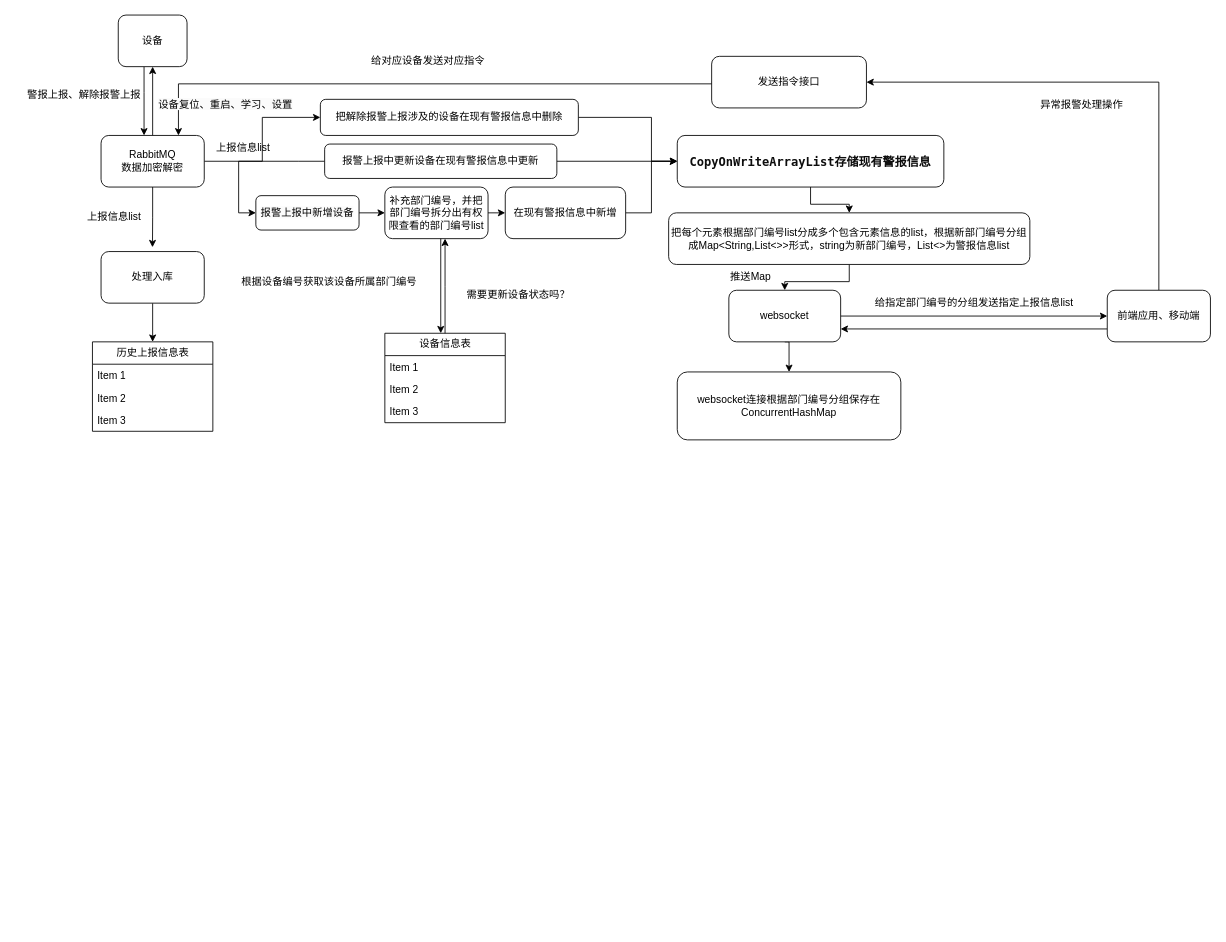
LSS9/ForgettingCurve keeps this draw.io diagram as 未命名绘图.drawio. Above is the earlier version. Source tidied: cells renumbered, new cells numbered last; positions are measured from the earlier drawing's top-left corner, leaving out a move shared by most shapes. Both pictures are drawn from the tidied source at 86%, with x=0, y=0 at pixel (15, 15).
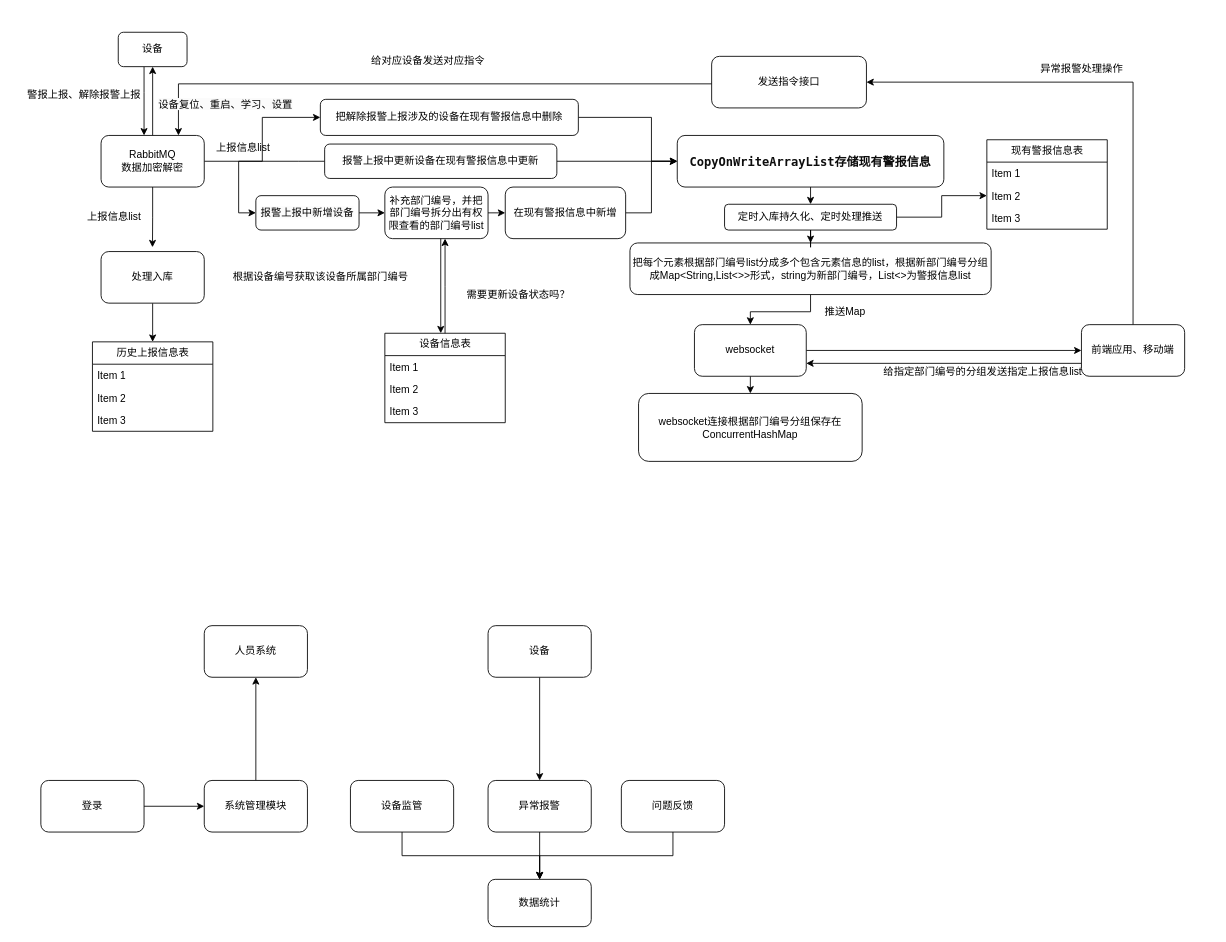
The same page after the edit.

Commit message:
更新未命名绘图.drawio

The change refers to these unchanged cells:
```xml
<mxCell id="28" value="&lt;strong style=&quot;border: 0px solid rgb(227, 227, 227); box-sizing: border-box; --tw-border-spacing-x: 0; --tw-border-spacing-y: 0; --tw-translate-x: 0; --tw-translate-y: 0; --tw-rotate: 0; --tw-skew-x: 0; --tw-skew-y: 0; --tw-scale-x: 1; --tw-scale-y: 1; --tw-pan-x: ; --tw-pan-y: ; --tw-pinch-zoom: ; --tw-scroll-snap-strictness: proximity; --tw-gradient-from-position: ; --tw-gradient-via-position: ; --tw-gradient-to-position: ; --tw-ordinal: ; --tw-slashed-zero: ; --tw-numeric-figure: ; --tw-numeric-spacing: ; --tw-numeric-fraction: ; --tw-ring-inset: ; --tw-ring-offset-width: 0px; --tw-ring-offset-color: #fff; --tw-ring-color: rgba(69,89,164,.5); --tw-ring-offset-shadow: 0 0 transparent; --tw-ring-shadow: 0 0 transparent; --tw-shadow: 0 0 transparent; --tw-shadow-colored: 0 0 transparent; --tw-blur: ; --tw-brightness: ; --tw-contrast: ; --tw-grayscale: ; --tw-hue-rotate: ; --tw-invert: ; --tw-saturate: ; --tw-sepia: ; --tw-drop-shadow: ; --tw-backdrop-blur: ; --tw-backdrop-brightness: ; --tw-backdrop-contrast: ; --tw-backdrop-grayscale: ; --tw-backdrop-hue-rotate: ; --tw-backdrop-invert: ; --tw-backdrop-opacity: ; --tw-backdrop-saturate: ; --tw-backdrop-sepia: ; font-weight: 600; color: rgb(13, 13, 13); font-family: Söhne, ui-sans-serif, system-ui, -apple-system, &amp;quot;Segoe UI&amp;quot;, Roboto, Ubuntu, Cantarell, &amp;quot;Noto Sans&amp;quot;, sans-serif, &amp;quot;Helvetica Neue&amp;quot;, Arial, &amp;quot;Apple Color Emoji&amp;quot;, &amp;quot;Segoe UI Emoji&amp;quot;, &amp;quot;Segoe UI Symbol&amp;quot;, &amp;quot;Noto Color Emoji&amp;quot;; font-size: 16px; font-style: normal; font-variant-ligatures: normal; font-variant-caps: normal; letter-spacing: normal; orphans: 2; text-align: left; text-indent: 0px; text-transform: none; widows: 2; word-spacing: 0px; -webkit-text-stroke-width: 0px; background-color: rgb(255, 255, 255); text-decoration-thickness: initial; text-decoration-style: initial; text-decoration-color: initial;&quot;&gt;&lt;code style=&quot;border: 0px solid rgb(227, 227, 227); box-sizing: border-box; --tw-border-spacing-x: 0; --tw-border-spacing-y: 0; --tw-translate-x: 0; --tw-translate-y: 0; --tw-rotate: 0; --tw-skew-x: 0; --tw-skew-y: 0; --tw-scale-x: 1; --tw-scale-y: 1; --tw-pan-x: ; --tw-pan-y: ; --tw-pinch-zoom: ; --tw-scroll-snap-strictness: proximity; --tw-gradient-from-position: ; --tw-gradient-via-position: ; --tw-gradient-to-position: ; --tw-ordinal: ; --tw-slashed-zero: ; --tw-numeric-figure: ; --tw-numeric-spacing: ; --tw-numeric-fraction: ; --tw-ring-inset: ; --tw-ring-offset-width: 0px; --tw-ring-offset-color: #fff; --tw-ring-color: rgba(69,89,164,.5); --tw-ring-offset-shadow: 0 0 transparent; --tw-ring-shadow: 0 0 transparent; --tw-shadow: 0 0 transparent; --tw-shadow-colored: 0 0 transparent; --tw-blur: ; --tw-brightness: ; --tw-contrast: ; --tw-grayscale: ; --tw-hue-rotate: ; --tw-invert: ; --tw-saturate: ; --tw-sepia: ; --tw-drop-shadow: ; --tw-backdrop-blur: ; --tw-backdrop-brightness: ; --tw-backdrop-contrast: ; --tw-backdrop-grayscale: ; --tw-backdrop-hue-rotate: ; --tw-backdrop-invert: ; --tw-backdrop-opacity: ; --tw-backdrop-saturate: ; --tw-backdrop-sepia: ; font-family: &amp;quot;Söhne Mono&amp;quot;, Monaco, &amp;quot;Andale Mono&amp;quot;, &amp;quot;Ubuntu Mono&amp;quot;, monospace !important; font-size: 0.875em; color: var(--tw-prose-code); font-weight: 600;&quot;&gt;CopyOnWriteArrayList存储现有警报信息&lt;/code&gt;&lt;/strong&gt;" style="rounded=1;whiteSpace=wrap;html=1;" parent="1" vertex="1">
  <mxGeometry x="770" y="140" width="310" height="60" as="geometry" />
</mxCell>
```

What changed in the source:
```diff
@@
     <mxCell id="8" value="设备" style="rounded=1;whiteSpace=wrap;html=1;" parent="1" vertex="1">
-      <mxGeometry x="120" width="80" height="60" as="geometry" />
+      <mxGeometry x="120" y="20" width="80" height="40" as="geometry" />
     </mxCell>
@@
     <mxCell id="12" value="前端应用、移动端" style="rounded=1;whiteSpace=wrap;html=1;" parent="1" vertex="1">
-      <mxGeometry x="1270" y="320" width="120" height="60" as="geometry" />
+      <mxGeometry x="1240" y="360" width="120" height="60" as="geometry" />
     </mxCell>
@@
     <mxCell id="21" value="根据设备编号获取该设备所属部门编号" style="text;html=1;align=center;verticalAlign=middle;strokeColor=none;fillColor=none;" parent="1" vertex="1">
-      <mxGeometry x="250" y="295" width="230" height="30" as="geometry" />
+      <mxGeometry x="240" y="290" width="230" height="30" as="geometry" />
     </mxCell>
@@
     <mxCell id="24" value="把每个元素根据部门编号list分成多个包含元素信息的list，根据新部门编号分组成Map&amp;lt;String,List&amp;lt;&amp;gt;&amp;gt;形式，string为新部门编号，List&amp;lt;&amp;gt;为警报信息list" style="rounded=1;whiteSpace=wrap;html=1;" parent="1" vertex="1">
-      <mxGeometry x="760" y="230" width="420" height="60" as="geometry" />
+      <mxGeometry x="715" y="265" width="420" height="60" as="geometry" />
     </mxCell>
@@
-    <mxCell id="27" style="edgeStyle=orthogonalEdgeStyle;rounded=0;jettySize=auto;html=1;exitX=0.5;exitY=1;exitDx=0;exitDy=0;entryX=0.5;entryY=0;entryDx=0;entryDy=0;" parent="1" edge="1" source="28" target="24">
-      <mxGeometry relative="1" as="geometry" />
-    </mxCell>
+    <mxCell id="54" style="edgeStyle=orthogonalEdgeStyle;rounded=0;jettySize=auto;html=1;exitX=0.5;exitY=1;exitDx=0;exitDy=0;entryX=0.5;entryY=0;entryDx=0;entryDy=0;" parent="1" edge="1" source="28" target="57">
+      <mxGeometry relative="1" as="geometry" />
+    </mxCell>
@@
     <mxCell id="37" value="websocket" style="rounded=1;whiteSpace=wrap;html=1;" parent="1" vertex="1">
-      <mxGeometry x="830" y="320" width="130" height="60" as="geometry" />
+      <mxGeometry x="790" y="360" width="130" height="60" as="geometry" />
     </mxCell>
     <mxCell id="38" value="推送Map" style="text;html=1;align=center;verticalAlign=middle;strokeColor=none;fillColor=none;" parent="1" vertex="1">
-      <mxGeometry x="820" y="290" width="70" height="30" as="geometry" />
+      <mxGeometry x="930" y="330" width="70" height="30" as="geometry" />
     </mxCell>
     <mxCell id="39" value="给指定部门编号的分组发送指定上报信息list" style="text;html=1;align=center;verticalAlign=middle;strokeColor=none;fillColor=none;" parent="1" vertex="1">
-      <mxGeometry x="990" y="320" width="250" height="30" as="geometry" />
+      <mxGeometry x="1000" y="400" width="250" height="30" as="geometry" />
     </mxCell>
     <mxCell id="40" value="websocket连接根据部门编号分组保存在ConcurrentHashMap" style="rounded=1;whiteSpace=wrap;html=1;" parent="1" vertex="1">
-      <mxGeometry x="770" y="415" width="260" height="79" as="geometry" />
+      <mxGeometry x="725" y="440" width="260" height="79" as="geometry" />
     </mxCell>
@@
     <mxCell id="51" value="异常报警处理操作" style="text;html=1;align=center;verticalAlign=middle;strokeColor=none;fillColor=none;" parent="1" vertex="1">
-      <mxGeometry x="1180" y="90" width="120" height="30" as="geometry" />
+      <mxGeometry x="1180" y="48" width="120" height="30" as="geometry" />
     </mxCell>
@@
+    <mxCell id="55" style="edgeStyle=orthogonalEdgeStyle;rounded=0;jettySize=auto;html=1;exitX=0.5;exitY=1;exitDx=0;exitDy=0;" parent="1" edge="1" source="57" target="24">
+      <mxGeometry relative="1" as="geometry" />
+    </mxCell>
+    <mxCell id="56" style="edgeStyle=orthogonalEdgeStyle;rounded=0;jettySize=auto;html=1;exitX=1;exitY=0.5;exitDx=0;exitDy=0;entryX=0;entryY=0.5;entryDx=0;entryDy=0;" parent="1" edge="1" source="57" target="60">
+      <mxGeometry relative="1" as="geometry" />
+    </mxCell>
+    <mxCell id="57" value="定时入库持久化、定时处理推送" style="rounded=1;whiteSpace=wrap;html=1;" parent="1" vertex="1">
+      <mxGeometry x="825" y="220" width="200" height="30" as="geometry" />
+    </mxCell>
+    <mxCell id="58" value="现有警报信息表" style="swimlane;fontStyle=0;horizontal=1;startSize=26;fillColor=none;html=1;" parent="1" vertex="1">
+      <mxGeometry x="1130" y="145" width="140" height="104" as="geometry" />
+    </mxCell>
+    <mxCell id="59" value="Item 1" style="text;strokeColor=none;fillColor=none;align=left;verticalAlign=top;spacingLeft=4;spacingRight=4;overflow=hidden;whiteSpace=wrap;html=1;" parent="58" vertex="1">
+      <mxGeometry y="26" width="140" height="26" as="geometry" />
+    </mxCell>
+    <mxCell id="60" value="Item 2" style="text;strokeColor=none;fillColor=none;align=left;verticalAlign=top;spacingLeft=4;spacingRight=4;overflow=hidden;points=[[0,0.5],[1,0.5]];portConstraint=eastwest;whiteSpace=wrap;html=1;" parent="58" vertex="1">
+      <mxGeometry y="52" width="140" height="26" as="geometry" />
+    </mxCell>
+    <mxCell id="61" value="Item 3" style="text;strokeColor=none;fillColor=none;align=left;verticalAlign=top;spacingLeft=4;spacingRight=4;overflow=hidden;whiteSpace=wrap;html=1;" parent="58" vertex="1">
+      <mxGeometry y="78" width="140" height="26" as="geometry" />
+    </mxCell>
+    <mxCell id="62" style="edgeStyle=orthogonalEdgeStyle;rounded=0;jettySize=auto;html=1;exitX=1;exitY=0.5;exitDx=0;exitDy=0;entryX=0;entryY=0.5;entryDx=0;entryDy=0;" parent="1" edge="1" source="63" target="65">
+      <mxGeometry relative="1" as="geometry" />
+    </mxCell>
+    <mxCell id="63" value="登录" style="rounded=1;whiteSpace=wrap;html=1;" parent="1" vertex="1">
+      <mxGeometry x="30" y="890" width="120" height="60" as="geometry" />
+    </mxCell>
+    <mxCell id="64" style="edgeStyle=orthogonalEdgeStyle;rounded=0;jettySize=auto;html=1;exitX=0.5;exitY=0;exitDx=0;exitDy=0;entryX=0.5;entryY=1;entryDx=0;entryDy=0;" parent="1" edge="1" source="65" target="66">
+      <mxGeometry relative="1" as="geometry" />
+    </mxCell>
+    <mxCell id="65" value="系统管理模块" style="rounded=1;whiteSpace=wrap;html=1;" parent="1" vertex="1">
+      <mxGeometry x="220" y="890" width="120" height="60" as="geometry" />
+    </mxCell>
+    <mxCell id="66" value="人员系统" style="rounded=1;whiteSpace=wrap;html=1;" parent="1" vertex="1">
+      <mxGeometry x="220" y="710" width="120" height="60" as="geometry" />
+    </mxCell>
+    <mxCell id="67" style="edgeStyle=orthogonalEdgeStyle;rounded=0;jettySize=auto;html=1;exitX=0.5;exitY=1;exitDx=0;exitDy=0;entryX=0.5;entryY=0;entryDx=0;entryDy=0;" parent="1" edge="1" source="68" target="69">
+      <mxGeometry relative="1" as="geometry" />
+    </mxCell>
+    <mxCell id="68" value="设备监管" style="rounded=1;whiteSpace=wrap;html=1;" parent="1" vertex="1">
+      <mxGeometry x="390" y="890" width="120" height="60" as="geometry" />
+    </mxCell>
+    <mxCell id="69" value="数据统计" style="rounded=1;whiteSpace=wrap;html=1;" parent="1" vertex="1">
+      <mxGeometry x="550" y="1005" width="120" height="55" as="geometry" />
+    </mxCell>
+    <mxCell id="70" style="edgeStyle=orthogonalEdgeStyle;rounded=0;jettySize=auto;html=1;exitX=0.5;exitY=1;exitDx=0;exitDy=0;entryX=0.5;entryY=0;entryDx=0;entryDy=0;" parent="1" edge="1" source="71" target="69">
+      <mxGeometry relative="1" as="geometry" />
+    </mxCell>
+    <mxCell id="71" value="问题反馈" style="rounded=1;whiteSpace=wrap;html=1;" parent="1" vertex="1">
+      <mxGeometry x="705" y="890" width="120" height="60" as="geometry" />
+    </mxCell>
+    <mxCell id="72" style="edgeStyle=orthogonalEdgeStyle;rounded=0;jettySize=auto;html=1;exitX=0.5;exitY=1;exitDx=0;exitDy=0;entryX=0.5;entryY=0;entryDx=0;entryDy=0;" parent="1" edge="1" source="73" target="69">
+      <mxGeometry relative="1" as="geometry" />
+    </mxCell>
+    <mxCell id="73" value="异常报警" style="rounded=1;whiteSpace=wrap;html=1;" parent="1" vertex="1">
+      <mxGeometry x="550" y="890" width="120" height="60" as="geometry" />
+    </mxCell>
+    <mxCell id="74" style="edgeStyle=orthogonalEdgeStyle;rounded=0;jettySize=auto;html=1;exitX=0.5;exitY=1;exitDx=0;exitDy=0;entryX=0.5;entryY=0;entryDx=0;entryDy=0;" parent="1" edge="1" source="75" target="73">
+      <mxGeometry relative="1" as="geometry" />
+    </mxCell>
+    <mxCell id="75" value="设备" style="rounded=1;whiteSpace=wrap;html=1;" parent="1" vertex="1">
+      <mxGeometry x="550" y="710" width="120" height="60" as="geometry" />
+    </mxCell>
```
